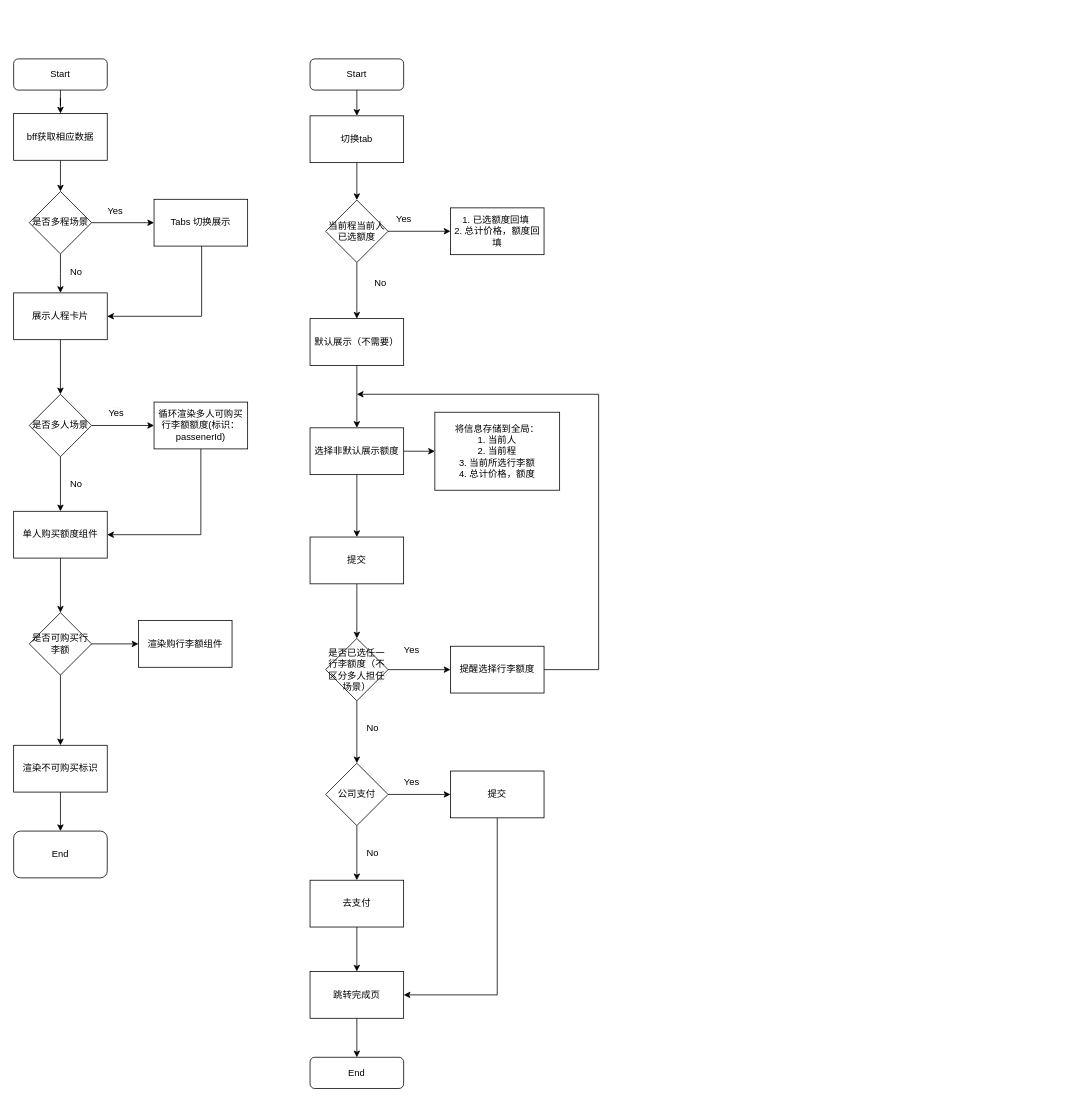
Above: 行李额.drawio in weiqiujuan/- (draw.io), before the change. Source tidied: cells renumbered, new cells numbered last; positions are measured from the earlier drawing's top-left corner, leaving out a move shared by most shapes. Both pictures are drawn from the tidied source at 78%, with x=0, y=0 at pixel (13, 58).
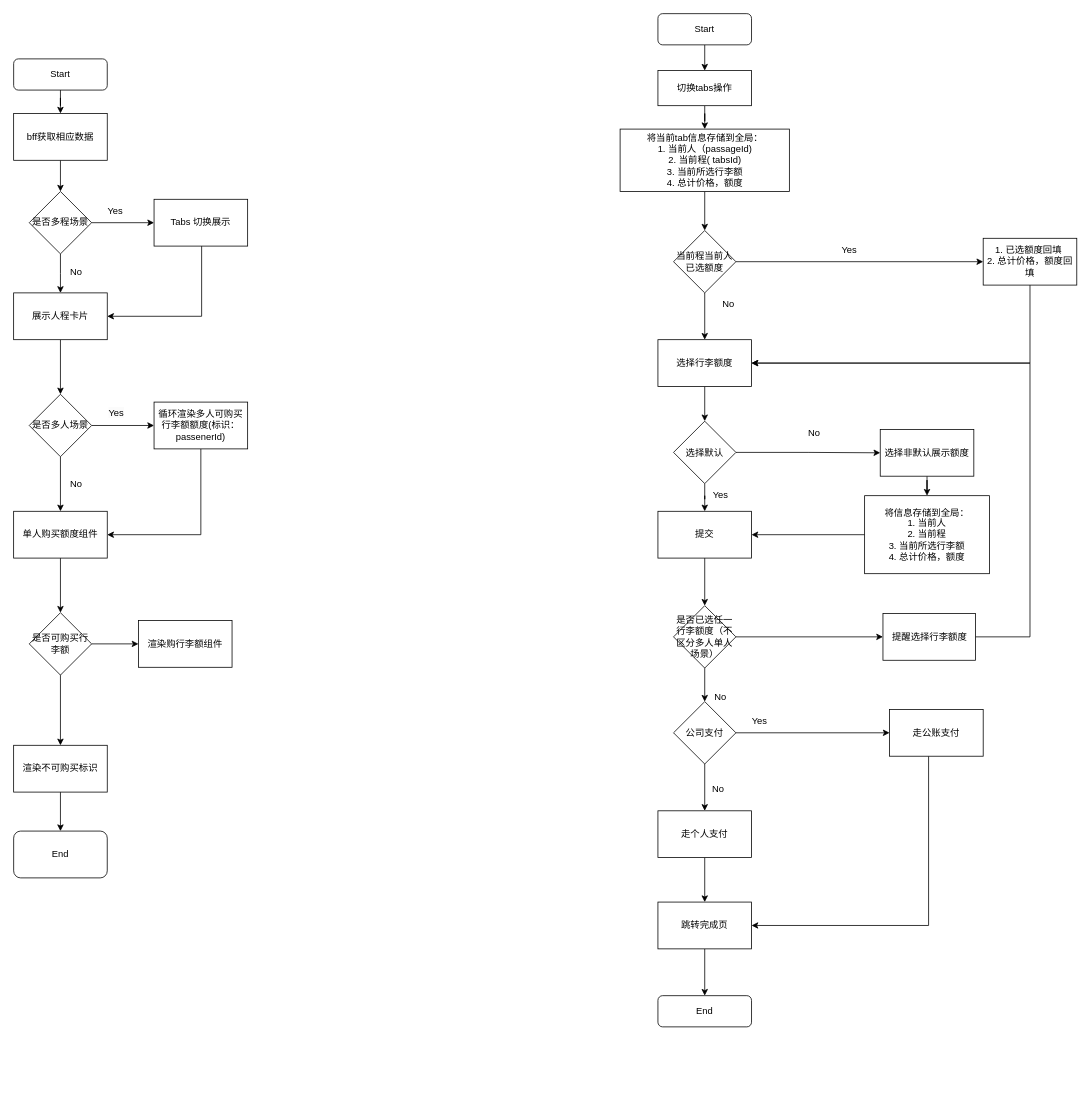
The same diagram, later.

Diff of the diagram source:
```diff
@@
-    <mxCell id="15" style="edgeStyle=orthogonalEdgeStyle;rounded=0;jettySize=auto;html=1;" parent="1" edge="1" source="16" target="28">
-      <mxGeometry relative="1" as="geometry" />
-    </mxCell>
+    <mxCell id="68" style="edgeStyle=orthogonalEdgeStyle;rounded=0;jettySize=auto;html=1;" parent="1" edge="1" source="16" target="73">
+      <mxGeometry relative="1" as="geometry" />
+    </mxCell>
-    <mxCell id="16" value="切换tab" style="whiteSpace=wrap;html=1;rounded=0;" parent="1" vertex="1">
-      <mxGeometry x="380" y="73" width="120" height="60" as="geometry" />
+    <mxCell id="16" value="切换tabs操作" style="whiteSpace=wrap;html=1;rounded=0;" parent="1" vertex="1">
+      <mxGeometry x="826" y="15" width="120" height="45" as="geometry" />
     </mxCell>
@@
     <mxCell id="28" value="当前程当前人已选额度" style="rhombus;whiteSpace=wrap;html=1;rounded=0;" parent="1" vertex="1">
-      <mxGeometry x="400" y="181" width="80" height="80" as="geometry" />
+      <mxGeometry x="846" y="220" width="80" height="80" as="geometry" />
     </mxCell>
-    <mxCell id="29" style="edgeStyle=orthogonalEdgeStyle;rounded=0;jettySize=auto;html=1;" parent="1" edge="1" source="30" target="43">
-      <mxGeometry relative="1" as="geometry" />
-    </mxCell>
+    <mxCell id="69" style="edgeStyle=orthogonalEdgeStyle;rounded=0;jettySize=auto;html=1;exitX=0.5;exitY=1;exitDx=0;exitDy=0;entryX=0.5;entryY=0;entryDx=0;entryDy=0;" parent="1" edge="1" source="30" target="77">
+      <mxGeometry relative="1" as="geometry" />
+    </mxCell>
-    <mxCell id="30" value="默认展示（不需要）" style="whiteSpace=wrap;html=1;rounded=0;" parent="1" vertex="1">
-      <mxGeometry x="380" y="333" width="120" height="60" as="geometry" />
+    <mxCell id="30" value="选择行李额度" style="whiteSpace=wrap;html=1;rounded=0;" parent="1" vertex="1">
+      <mxGeometry x="826" y="360" width="120" height="60" as="geometry" />
     </mxCell>
+    <mxCell id="70" style="edgeStyle=orthogonalEdgeStyle;rounded=0;jettySize=auto;html=1;exitX=0.5;exitY=1;exitDx=0;exitDy=0;entryX=1;entryY=0.5;entryDx=0;entryDy=0;" parent="1" edge="1" source="31" target="30">
+      <mxGeometry relative="1" as="geometry" />
+    </mxCell>
     <mxCell id="31" value="1. 已选额度回填&amp;nbsp;&lt;br&gt;2. 总计价格，额度回填" style="whiteSpace=wrap;html=1;rounded=0;" parent="1" vertex="1">
-      <mxGeometry x="560" y="191" width="120" height="60" as="geometry" />
+      <mxGeometry x="1243" y="230" width="120" height="60" as="geometry" />
     </mxCell>
     <mxCell id="32" value="Yes" style="text;html=1;align=center;verticalAlign=middle;strokeColor=none;fillColor=none;" parent="1" vertex="1">
-      <mxGeometry x="480" y="191" width="40" height="30" as="geometry" />
+      <mxGeometry x="1051" y="230" width="40" height="30" as="geometry" />
     </mxCell>
@@
     <mxCell id="40" value="No" style="text;html=1;align=center;verticalAlign=middle;strokeColor=none;fillColor=none;" parent="1" vertex="1">
-      <mxGeometry x="450" y="273" width="40" height="30" as="geometry" />
+      <mxGeometry x="896" y="300" width="40" height="30" as="geometry" />
     </mxCell>
@@
-    <mxCell id="42" style="edgeStyle=orthogonalEdgeStyle;rounded=0;jettySize=auto;html=1;" parent="1" edge="1" source="43" target="46">
-      <mxGeometry relative="1" as="geometry" />
-    </mxCell>
     <mxCell id="43" value="选择非默认展示额度" style="whiteSpace=wrap;html=1;rounded=0;" parent="1" vertex="1">
-      <mxGeometry x="380" y="473" width="120" height="60" as="geometry" />
+      <mxGeometry x="1111" y="475" width="120" height="60" as="geometry" />
     </mxCell>
+    <mxCell id="71" style="edgeStyle=orthogonalEdgeStyle;rounded=0;jettySize=auto;html=1;entryX=1;entryY=0.5;entryDx=0;entryDy=0;" parent="1" edge="1" source="44" target="46">
+      <mxGeometry relative="1" as="geometry" />
+    </mxCell>
     <mxCell id="44" value="将信息存储到全局：&lt;br&gt;1. 当前人&lt;br&gt;2. 当前程&lt;br&gt;3. 当前所选行李额&lt;br&gt;4. 总计价格，额度" style="whiteSpace=wrap;html=1;rounded=0;" parent="1" vertex="1">
-      <mxGeometry x="540" y="453" width="160" height="100" as="geometry" />
+      <mxGeometry x="1091" y="560" width="160" height="100" as="geometry" />
     </mxCell>
@@
     <mxCell id="46" value="提交" style="whiteSpace=wrap;html=1;rounded=0;" parent="1" vertex="1">
-      <mxGeometry x="380" y="613" width="120" height="60" as="geometry" />
+      <mxGeometry x="826" y="580" width="120" height="60" as="geometry" />
     </mxCell>
+    <mxCell id="48" style="edgeStyle=orthogonalEdgeStyle;rounded=0;jettySize=auto;html=1;" parent="1" edge="1" source="49" target="54">
+      <mxGeometry relative="1" as="geometry" />
+    </mxCell>
@@
-    <mxCell id="48" style="edgeStyle=orthogonalEdgeStyle;rounded=0;jettySize=auto;html=1;" parent="1" edge="1" source="49" target="54">
-      <mxGeometry relative="1" as="geometry" />
-    </mxCell>
-    <mxCell id="49" value="是否已选任一行李额度（不区分多人担任场景）" style="rhombus;whiteSpace=wrap;html=1;rounded=0;" parent="1" vertex="1">
-      <mxGeometry x="400" y="743" width="80" height="80" as="geometry" />
+    <mxCell id="49" value="是否已选任一行李额度（不区分多人单人场景）" style="rhombus;whiteSpace=wrap;html=1;rounded=0;" parent="1" vertex="1">
+      <mxGeometry x="846" y="701" width="80" height="80" as="geometry" />
     </mxCell>
-    <mxCell id="50" style="edgeStyle=orthogonalEdgeStyle;rounded=0;jettySize=auto;html=1;exitX=1;exitY=0.5;exitDx=0;exitDy=0;" parent="1" edge="1" source="51">
-      <mxGeometry relative="1" as="geometry">
-        <mxPoint x="440" y="430" as="targetPoint" />
-        <Array as="points">
-          <mxPoint x="750" y="783" />
-          <mxPoint x="750" y="430" />
-        </Array>
-      </mxGeometry>
-    </mxCell>
-    <mxCell id="51" value="提醒选择行李额度" style="whiteSpace=wrap;html=1;rounded=0;" parent="1" vertex="1">
-      <mxGeometry x="560" y="753" width="120" height="60" as="geometry" />
-    </mxCell>
@@
     <mxCell id="54" value="公司支付" style="rhombus;whiteSpace=wrap;html=1;rounded=0;" parent="1" vertex="1">
-      <mxGeometry x="400" y="903" width="80" height="80" as="geometry" />
+      <mxGeometry x="846" y="824" width="80" height="80" as="geometry" />
     </mxCell>
     <mxCell id="55" value="No" style="text;html=1;align=center;verticalAlign=middle;strokeColor=none;fillColor=none;" parent="1" vertex="1">
-      <mxGeometry x="440" y="843" width="40" height="30" as="geometry" />
+      <mxGeometry x="886" y="804" width="40" height="30" as="geometry" />
     </mxCell>
-    <mxCell id="56" value="Yes" style="text;html=1;align=center;verticalAlign=middle;strokeColor=none;fillColor=none;" parent="1" vertex="1">
-      <mxGeometry x="490" y="743" width="40" height="30" as="geometry" />
-    </mxCell>
     <mxCell id="57" style="edgeStyle=orthogonalEdgeStyle;rounded=0;jettySize=auto;html=1;entryX=1;entryY=0.5;entryDx=0;entryDy=0;" parent="1" edge="1" source="58" target="64">
       <mxGeometry relative="1" as="geometry">
         <Array as="points">
-          <mxPoint x="620" y="1200" />
+          <mxPoint x="1173" y="1111" />
         </Array>
       </mxGeometry>
     </mxCell>
-    <mxCell id="58" value="提交" style="whiteSpace=wrap;html=1;rounded=0;" parent="1" vertex="1">
-      <mxGeometry x="560" y="913" width="120" height="60" as="geometry" />
+    <mxCell id="58" value="走公账支付" style="whiteSpace=wrap;html=1;rounded=0;" parent="1" vertex="1">
+      <mxGeometry x="1123" y="834" width="120" height="60" as="geometry" />
     </mxCell>
     <mxCell id="59" value="Yes" style="text;html=1;align=center;verticalAlign=middle;strokeColor=none;fillColor=none;" parent="1" vertex="1">
-      <mxGeometry x="490" y="913" width="40" height="30" as="geometry" />
+      <mxGeometry x="936" y="834" width="40" height="30" as="geometry" />
     </mxCell>
@@
-    <mxCell id="61" value="去支付" style="whiteSpace=wrap;html=1;rounded=0;" parent="1" vertex="1">
-      <mxGeometry x="380" y="1053" width="120" height="60" as="geometry" />
+    <mxCell id="61" value="走个人支付" style="whiteSpace=wrap;html=1;rounded=0;" parent="1" vertex="1">
+      <mxGeometry x="826" y="964" width="120" height="60" as="geometry" />
     </mxCell>
     <mxCell id="62" value="No" style="text;html=1;align=center;verticalAlign=middle;strokeColor=none;fillColor=none;" parent="1" vertex="1">
-      <mxGeometry x="440" y="1003" width="40" height="30" as="geometry" />
+      <mxGeometry x="883" y="921" width="40" height="30" as="geometry" />
     </mxCell>
@@
     <mxCell id="64" value="跳转完成页" style="whiteSpace=wrap;html=1;rounded=0;" parent="1" vertex="1">
-      <mxGeometry x="380" y="1170" width="120" height="60" as="geometry" />
+      <mxGeometry x="826" y="1081" width="120" height="60" as="geometry" />
     </mxCell>
     <mxCell id="65" value="End" style="rounded=1;whiteSpace=wrap;html=1;" parent="1" vertex="1">
-      <mxGeometry x="380" y="1280" width="120" height="40" as="geometry" />
+      <mxGeometry x="826" y="1201" width="120" height="40" as="geometry" />
     </mxCell>
@@
     <mxCell id="67" value="Start" style="rounded=1;whiteSpace=wrap;html=1;fontSize=12;glass=0;strokeWidth=1;shadow=0;" parent="1" vertex="1">
-      <mxGeometry x="380" width="120" height="40" as="geometry" />
+      <mxGeometry x="826" y="-58" width="120" height="40" as="geometry" />
     </mxCell>
+    <mxCell id="72" style="edgeStyle=orthogonalEdgeStyle;rounded=0;jettySize=auto;html=1;" parent="1" edge="1" source="73" target="28">
+      <mxGeometry relative="1" as="geometry" />
+    </mxCell>
+    <mxCell id="73" value="将当前tab信息存储到全局：&lt;br&gt;1. 当前人（passageId)&lt;br&gt;2. 当前程( tabsId)&lt;br&gt;3. 当前所选行李额&lt;br&gt;4. 总计价格，额度" style="whiteSpace=wrap;html=1;rounded=0;" parent="1" vertex="1">
+      <mxGeometry x="777.5" y="90" width="217" height="80" as="geometry" />
+    </mxCell>
+    <mxCell id="74" style="edgeStyle=orthogonalEdgeStyle;rounded=0;jettySize=auto;html=1;entryX=1;entryY=0.5;entryDx=0;entryDy=0;" parent="1" edge="1" source="51" target="30">
+      <mxGeometry relative="1" as="geometry">
+        <Array as="points">
+          <mxPoint x="1303" y="741" />
+          <mxPoint x="1303" y="390" />
+        </Array>
+      </mxGeometry>
+    </mxCell>
+    <mxCell id="51" value="提醒选择行李额度" style="whiteSpace=wrap;html=1;rounded=0;" parent="1" vertex="1">
+      <mxGeometry x="1114.5" y="711" width="118.5" height="60" as="geometry" />
+    </mxCell>
+    <mxCell id="75" style="edgeStyle=orthogonalEdgeStyle;rounded=0;jettySize=auto;html=1;" parent="1" edge="1" source="77" target="46">
+      <mxGeometry relative="1" as="geometry" />
+    </mxCell>
+    <mxCell id="76" style="edgeStyle=orthogonalEdgeStyle;rounded=0;jettySize=auto;html=1;exitX=1;exitY=0.5;exitDx=0;exitDy=0;" parent="1" edge="1" source="77" target="43">
+      <mxGeometry relative="1" as="geometry" />
+    </mxCell>
+    <mxCell id="77" value="选择默认" style="rhombus;whiteSpace=wrap;html=1;rounded=0;" parent="1" vertex="1">
+      <mxGeometry x="846" y="464.5" width="80" height="80" as="geometry" />
+    </mxCell>
+    <mxCell id="78" value="No" style="text;html=1;align=center;verticalAlign=middle;strokeColor=none;fillColor=none;" parent="1" vertex="1">
+      <mxGeometry x="1006" y="464.5" width="40" height="30" as="geometry" />
+    </mxCell>
+    <mxCell id="56" value="Yes" style="text;html=1;align=center;verticalAlign=middle;strokeColor=none;fillColor=none;" parent="1" vertex="1">
+      <mxGeometry x="886" y="544.5" width="40" height="30" as="geometry" />
+    </mxCell>
```
